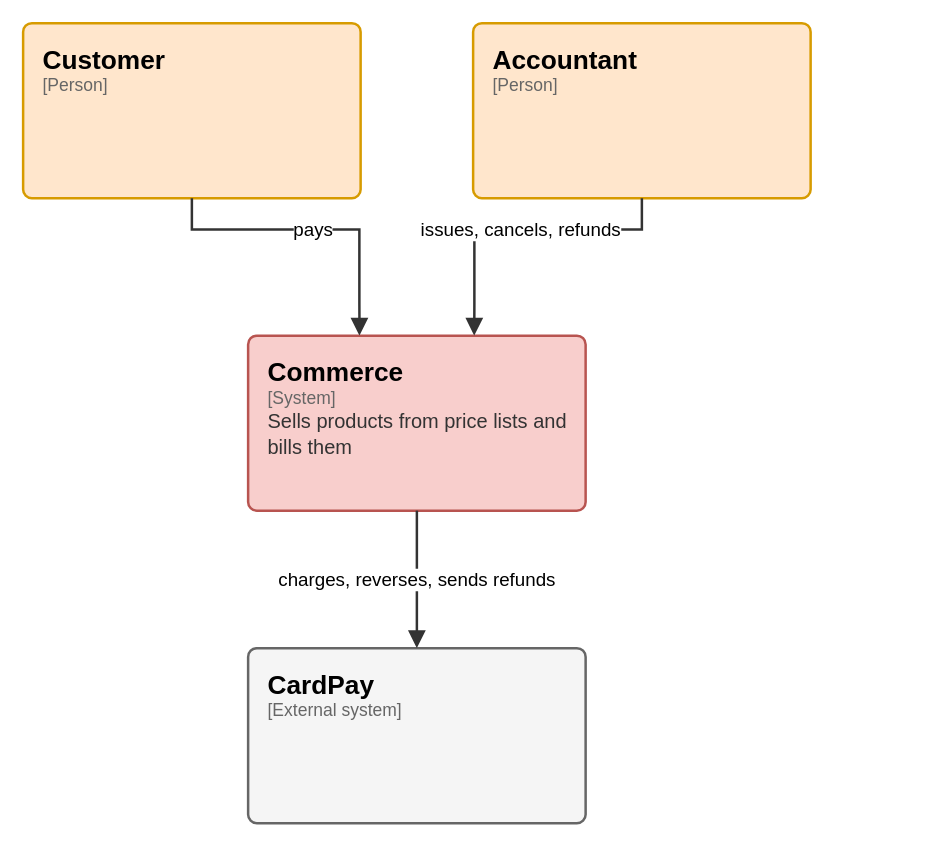
This is page "C4 1 - Context" (1 of 7) of docs/architecture/c4.drawio from elie29/partition-commerce, a draw.io file, before an edit. Source tidied: cells renumbered, new cells numbered last; positions are measured from the earlier drawing's top-left corner, leaving out a move shared by most shapes. Both pictures are drawn from the tidied source at 125%, with x=0, y=0 at pixel (22, 22).
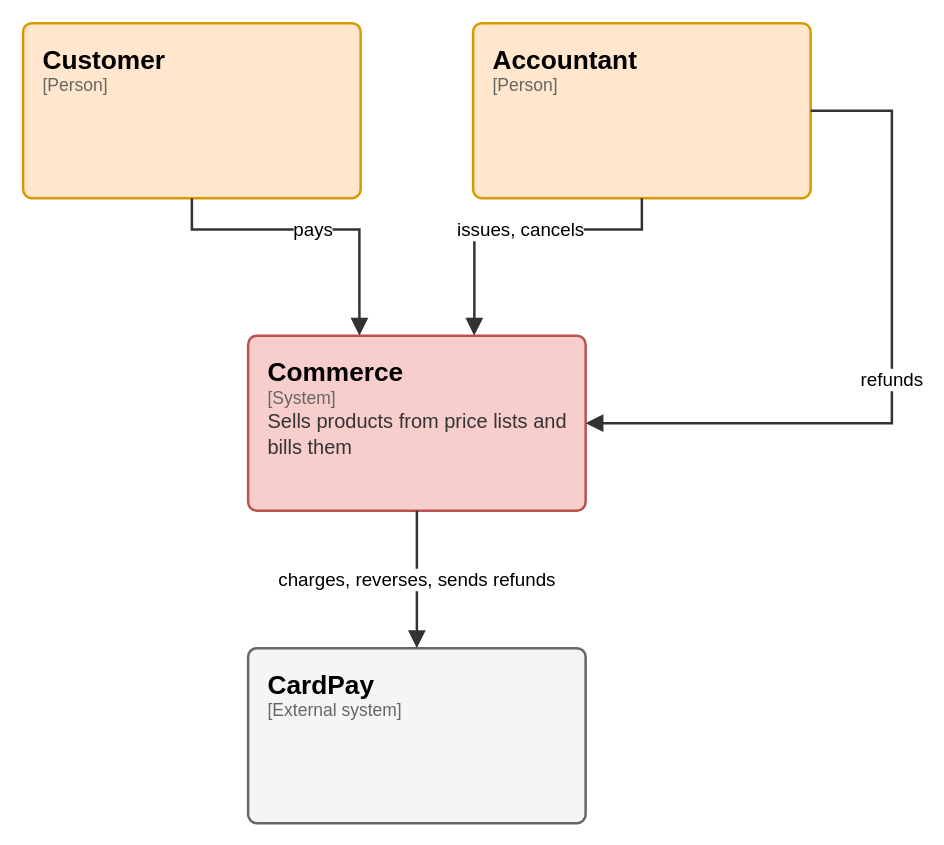
After the change.

The edit, as a diff of the source:
```diff
@@
 <mxGraphModel background="#FFFFFF">
   <root>
     <mxCell id="0" />
     <mxCell id="1" parent="0" />
     <mxCell id="2" value="&lt;span style=&quot;font-size:21px;font-weight:600;color:#000000&quot;&gt;Commerce&lt;/span&gt;&lt;br&gt;&lt;span style=&quot;font-family:IBM Plex Mono;font-size:14px;color:#666666&quot;&gt;[System]&lt;/span&gt;&lt;br&gt;&lt;span style=&quot;font-size:16px;color:#333333;line-height:1.3&quot;&gt;Sells products from price lists and bills them&lt;/span&gt;" style="rounded=1;absoluteArcSize=1;arcSize=14;html=1;whiteSpace=wrap;fillColor=#f8cecc;strokeColor=#b85450;strokeWidth=2;fontFamily=IBM Plex Sans;align=left;verticalAlign=top;spacingLeft=14;spacingRight=10;spacingTop=10;partition=8UICxrTyGL;" parent="1" vertex="1">
       <mxGeometry x="180" y="250" width="270" height="140" as="geometry" />
     </mxCell>
     <mxCell id="3" value="&lt;span style=&quot;font-size:21px;font-weight:600;color:#000000&quot;&gt;Customer&lt;/span&gt;&lt;br&gt;&lt;span style=&quot;font-family:IBM Plex Mono;font-size:14px;color:#666666&quot;&gt;[Person]&lt;/span&gt;" style="rounded=1;absoluteArcSize=1;arcSize=14;html=1;whiteSpace=wrap;fillColor=#ffe6cc;strokeColor=#d79b00;strokeWidth=2;fontFamily=IBM Plex Sans;align=left;verticalAlign=top;spacingLeft=14;spacingRight=10;spacingTop=10;partition=4vRrjfbs1-;" parent="1" vertex="1">
       <mxGeometry width="270" height="140" as="geometry" />
     </mxCell>
     <mxCell id="4" value="&lt;span style=&quot;font-size:21px;font-weight:600;color:#000000&quot;&gt;Accountant&lt;/span&gt;&lt;br&gt;&lt;span style=&quot;font-family:IBM Plex Mono;font-size:14px;color:#666666&quot;&gt;[Person]&lt;/span&gt;" style="rounded=1;absoluteArcSize=1;arcSize=14;html=1;whiteSpace=wrap;fillColor=#ffe6cc;strokeColor=#d79b00;strokeWidth=2;fontFamily=IBM Plex Sans;align=left;verticalAlign=top;spacingLeft=14;spacingRight=10;spacingTop=10;partition=hqKT2AtbgB;" parent="1" vertex="1">
       <mxGeometry x="360" width="270" height="140" as="geometry" />
     </mxCell>
     <mxCell id="5" value="&lt;span style=&quot;font-size:21px;font-weight:600;color:#000000&quot;&gt;CardPay&lt;/span&gt;&lt;br&gt;&lt;span style=&quot;font-family:IBM Plex Mono;font-size:14px;color:#666666&quot;&gt;[External system]&lt;/span&gt;" style="rounded=1;absoluteArcSize=1;arcSize=14;html=1;whiteSpace=wrap;fillColor=#f5f5f5;strokeColor=#666666;strokeWidth=2;fontFamily=IBM Plex Sans;align=left;verticalAlign=top;spacingLeft=14;spacingRight=10;spacingTop=10;partition=2LmVOq51Ln;" parent="1" vertex="1">
       <mxGeometry x="180" y="500" width="270" height="140" as="geometry" />
     </mxCell>
     <mxCell id="6" value="pays" style="edgeStyle=orthogonalEdgeStyle;rounded=0;html=1;endArrow=block;endFill=1;endSize=9;strokeColor=#333333;strokeWidth=2;fontFamily=IBM Plex Sans;fontSize=15;fontColor=#000000;labelBackgroundColor=#FFFFFF;spacing=3;exitX=0.5;exitY=1;exitPerimeter=0;entryX=0.33;entryY=0;entryPerimeter=0;partition=xNEBoLaS1c;" parent="1" edge="1" source="3" target="2">
       <mxGeometry relative="1" as="geometry">
         <Array as="points">
           <mxPoint x="135" y="165" />
           <mxPoint x="269" y="165" />
           <mxPoint x="269" y="225" />
         </Array>
       </mxGeometry>
     </mxCell>
-    <mxCell id="7" value="issues, cancels, refunds" style="edgeStyle=orthogonalEdgeStyle;rounded=0;html=1;endArrow=block;endFill=1;endSize=9;strokeColor=#333333;strokeWidth=2;fontFamily=IBM Plex Sans;fontSize=15;fontColor=#000000;labelBackgroundColor=#FFFFFF;spacing=3;exitX=0.5;exitY=1;exitPerimeter=0;entryX=0.67;entryY=0;entryPerimeter=0;partition=liw0UY-cbi;" parent="1" edge="1" source="4" target="2">
+    <mxCell id="7" value="issues, cancels" style="edgeStyle=orthogonalEdgeStyle;rounded=0;html=1;endArrow=block;endFill=1;endSize=9;strokeColor=#333333;strokeWidth=2;fontFamily=IBM Plex Sans;fontSize=15;fontColor=#000000;labelBackgroundColor=#FFFFFF;spacing=3;exitX=0.5;exitY=1;exitPerimeter=0;entryX=0.67;entryY=0;entryPerimeter=0;partition=liw0UY-cbi;" parent="1" edge="1" source="4" target="2">
       <mxGeometry relative="1" as="geometry">
         <Array as="points">
           <mxPoint x="495" y="165" />
           <mxPoint x="361" y="165" />
           <mxPoint x="361" y="225" />
         </Array>
       </mxGeometry>
     </mxCell>
+    <mxCell id="9" value="refunds" style="edgeStyle=orthogonalEdgeStyle;rounded=0;html=1;endArrow=block;endFill=1;endSize=9;strokeColor=#333333;strokeWidth=2;fontFamily=IBM Plex Sans;fontSize=15;fontColor=#000000;labelBackgroundColor=#FFFFFF;spacing=3;exitX=1;exitY=0.5;exitPerimeter=0;entryX=1;entryY=0.5;entryPerimeter=0;partition=7EQeycJbOh;" parent="1" edge="1" source="4" target="2">
+      <mxGeometry relative="1" as="geometry">
+        <Array as="points">
+          <mxPoint x="695" y="70" />
+          <mxPoint x="695" y="320" />
+          <mxPoint x="515" y="320" />
+        </Array>
+      </mxGeometry>
+    </mxCell>
     <mxCell id="8" value="charges, reverses, sends refunds" style="edgeStyle=orthogonalEdgeStyle;rounded=0;html=1;endArrow=block;endFill=1;endSize=9;strokeColor=#333333;strokeWidth=2;fontFamily=IBM Plex Sans;fontSize=15;fontColor=#000000;labelBackgroundColor=#FFFFFF;spacing=3;exitX=0.5;exitY=1;exitPerimeter=0;entryX=0.5;entryY=0;entryPerimeter=0;partition=jiSUEbTEbW;" parent="1" edge="1" source="2" target="5">
       <mxGeometry relative="1" as="geometry">
         <Array as="points">
           <mxPoint x="315" y="415" />
           <mxPoint x="315" y="475" />
         </Array>
       </mxGeometry>
     </mxCell>
   </root>
 </mxGraphModel>
```
